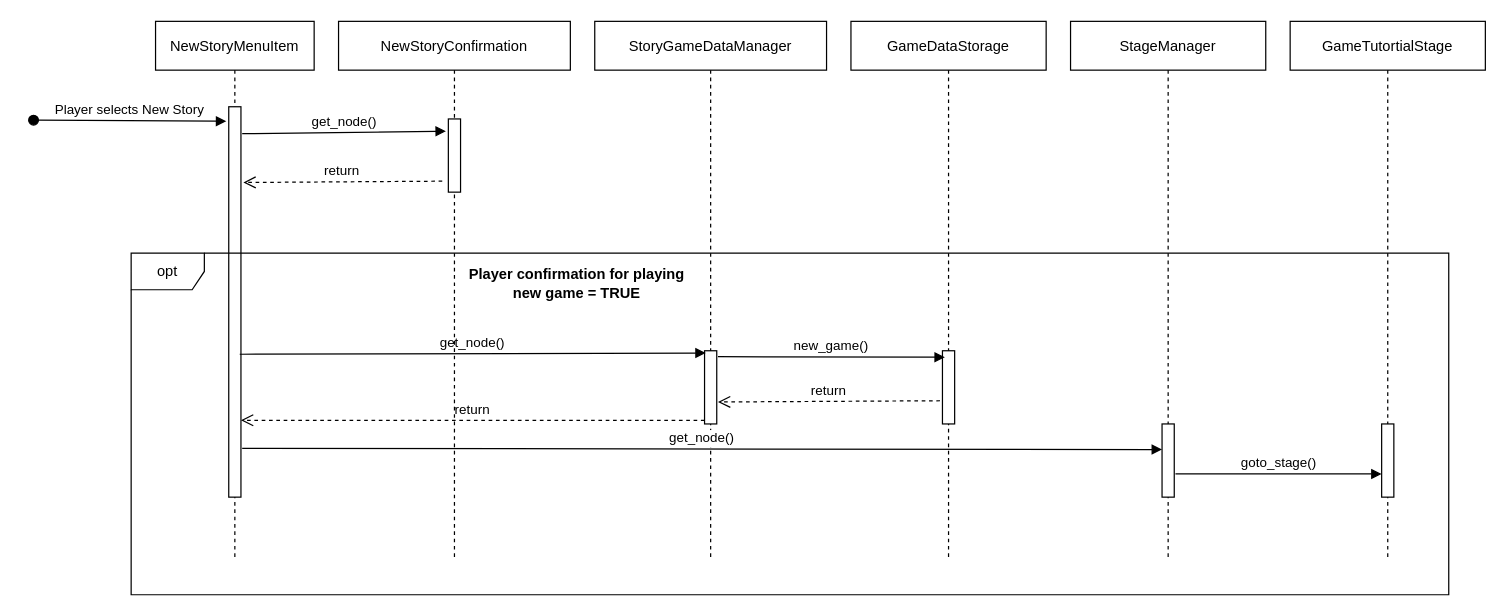
The draw.io diagram docs/diagrams/main_menu_new_story_sequence.drawio in gaudeon/interstice_fall_of_atlas, before the edit. Source tidied: cells renumbered, new cells numbered last; positions are measured from the earlier drawing's top-left corner, leaving out a move shared by most shapes. Both pictures are drawn from the tidied source at 122%, with x=0, y=0 at pixel (33, 21).
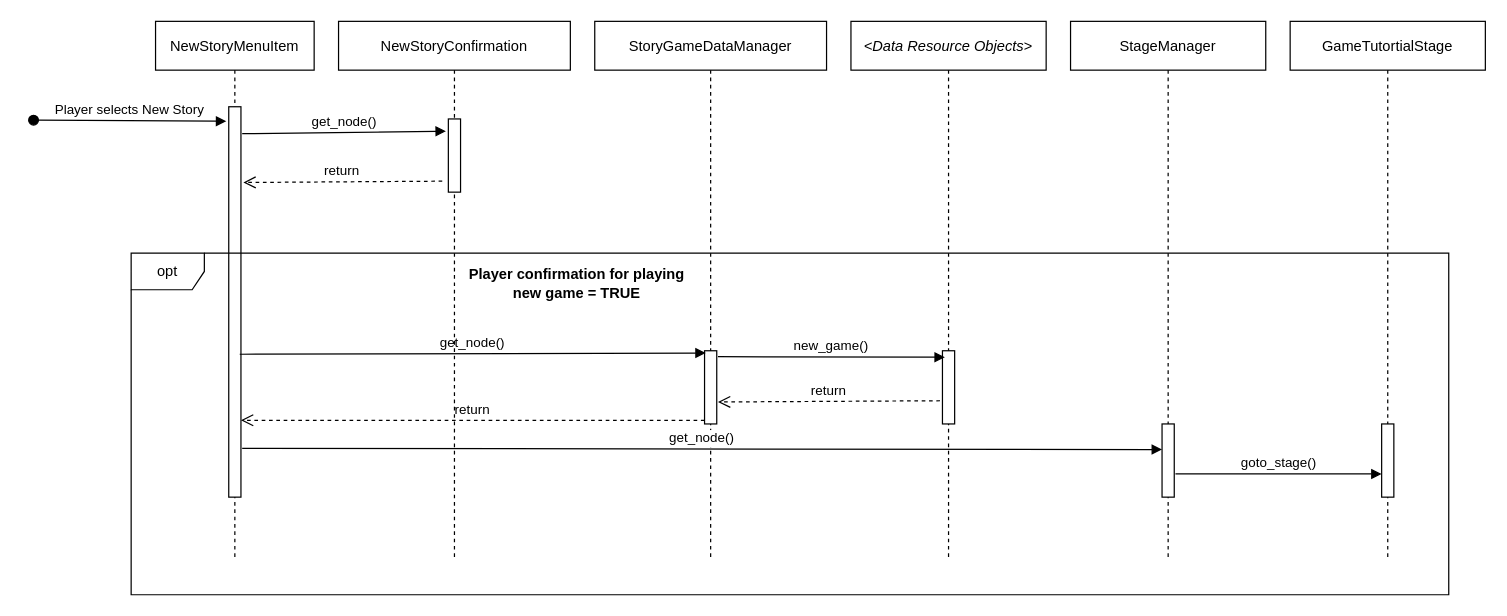
The same page after the edit.

Commit message (it also covers changes not shown here):
added basic options and statistics sequence diagrams

Change to the diagram source:
```diff
@@
-    <mxCell id="9" value="GameDataStorage" style="shape=umlLifeline;perimeter=lifelinePerimeter;rounded=0;shadow=0;strokeWidth=1;" parent="1" vertex="1">
+    <mxCell id="9" value="&lt;Data Resource Objects&gt;" style="shape=umlLifeline;perimeter=lifelinePerimeter;rounded=0;shadow=0;strokeWidth=1;fontStyle=2;" parent="1" vertex="1">
       <mxGeometry x="670" width="160" height="440" as="geometry" />
     </mxCell>
```
